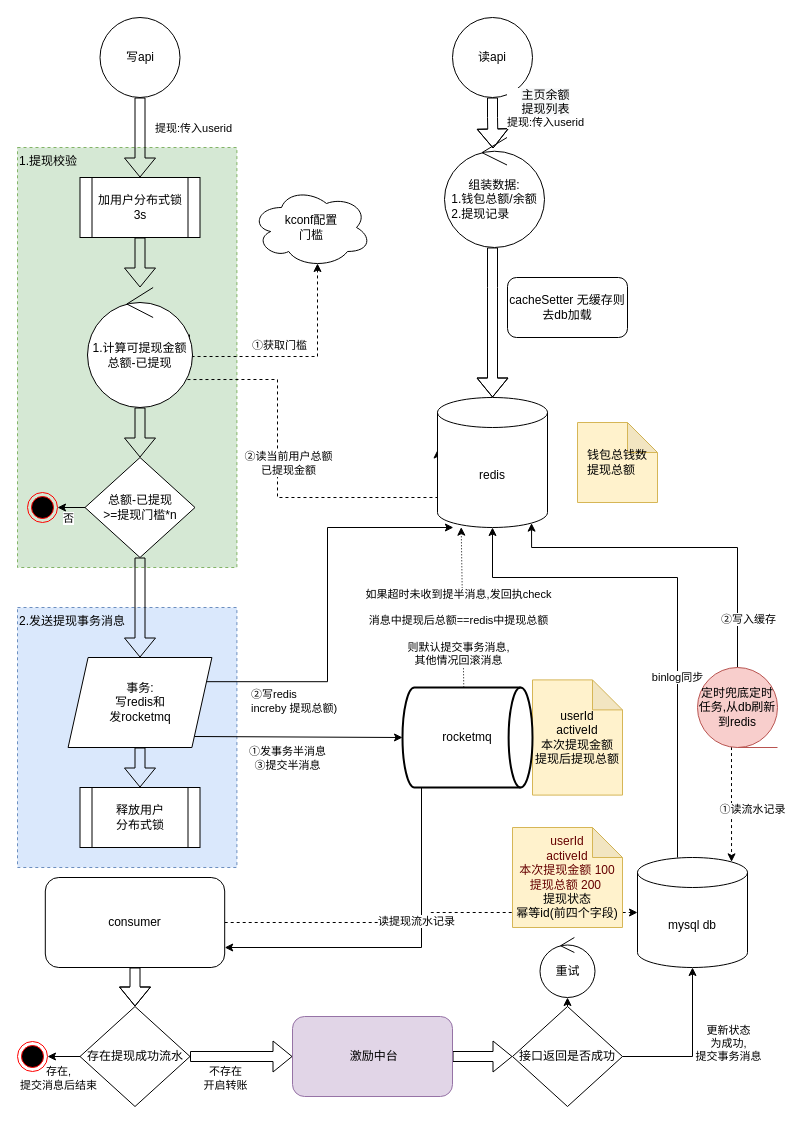
Above: 未命名绘图.drawio in jfeign/draw.io (draw.io), before the change. Source tidied: cells renumbered, new cells numbered last; positions are measured from the earlier drawing's top-left corner, leaving out a move shared by most shapes. Both pictures are drawn from the tidied source at 100%, with x=0, y=0 at pixel (17, 17).
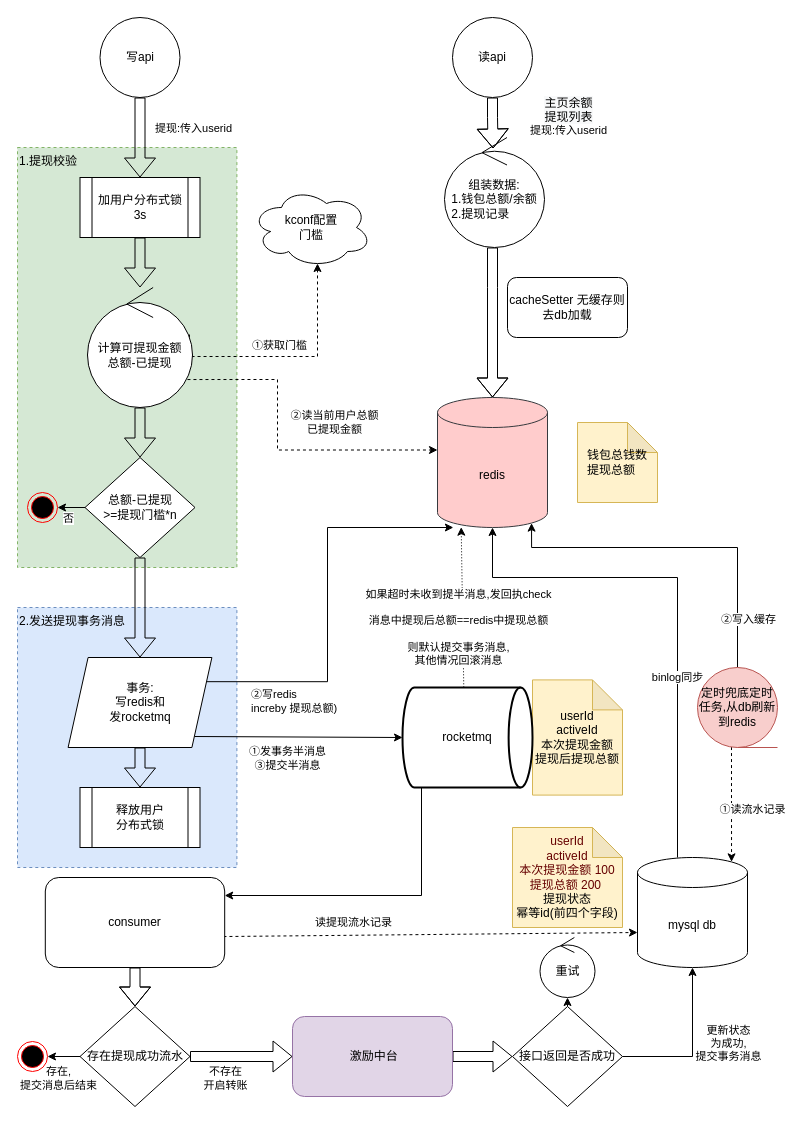
The same diagram, later.

Unchanged cells that the change refers to:
```xml
<mxCell id="33" value="rocketmq" style="strokeWidth=2;html=1;shape=mxgraph.flowchart.direct_data;whiteSpace=wrap;" parent="1" vertex="1">
  <mxGeometry x="385" y="670" width="130" height="100" as="geometry" />
</mxCell>
<mxCell id="39" value="mysql db" style="shape=cylinder3;whiteSpace=wrap;html=1;boundedLbl=1;backgroundOutline=1;size=15;" parent="1" vertex="1">
  <mxGeometry x="620" y="840" width="110" height="110" as="geometry" />
</mxCell>
<mxCell id="43" value="consumer" style="rounded=1;whiteSpace=wrap;html=1;align=center;verticalAlign=middle;" parent="1" vertex="1">
  <mxGeometry x="27.8" y="860" width="179.4" height="90" as="geometry" />
</mxCell>
```

The edit, as a diff of the source:
```diff
@@
     <mxCell id="7" style="edgeStyle=orthogonalEdgeStyle;rounded=0;jettySize=auto;html=1;exitX=0.952;exitY=0.767;exitDx=0;exitDy=0;exitPerimeter=0;dashed=1;entryX=0;entryY=0;entryDx=0;entryDy=52.5;entryPerimeter=0;" parent="1" edge="1" source="15" target="9">
       <mxGeometry relative="1" as="geometry">
         <Array as="points">
           <mxPoint x="260" y="362" />
-          <mxPoint x="260" y="480" />
+          <mxPoint x="260" y="433" />
         </Array>
       </mxGeometry>
     </mxCell>
     <mxCell id="8" value="②读当前用户总额&lt;br&gt;已提现金额" style="edgeLabel;html=1;align=center;verticalAlign=middle;" parent="7" vertex="1">
       <mxGeometry x="-0.3" y="1" relative="1" as="geometry">
-        <mxPoint x="9" y="29" as="offset" />
+        <mxPoint x="55" y="21" as="offset" />
       </mxGeometry>
     </mxCell>
-    <mxCell id="9" value="redis" style="shape=cylinder3;whiteSpace=wrap;html=1;boundedLbl=1;backgroundOutline=1;size=15;" parent="1" vertex="1">
+    <mxCell id="9" value="redis" style="shape=cylinder3;whiteSpace=wrap;html=1;boundedLbl=1;backgroundOutline=1;size=15;fillColor=#ffcccc;strokeColor=#36393d;" parent="1" vertex="1">
       <mxGeometry x="420" y="380" width="110" height="130" as="geometry" />
     </mxCell>
@@
-    <mxCell id="15" value="1.计算可提现金额&lt;br&gt;总额-已提现" style="ellipse;shape=umlControl;whiteSpace=wrap;html=1;" parent="1" vertex="1">
+    <mxCell id="15" value="计算可提现金额&lt;br&gt;总额-已提现" style="ellipse;shape=umlControl;whiteSpace=wrap;html=1;" parent="1" vertex="1">
       <mxGeometry x="70" y="270" width="105" height="120" as="geometry" />
     </mxCell>
@@
     <mxCell id="32" style="edgeStyle=orthogonalEdgeStyle;rounded=0;jettySize=auto;html=1;" parent="1" edge="1" source="33" target="43">
       <mxGeometry relative="1" as="geometry">
         <Array as="points">
-          <mxPoint x="404" y="930" />
-          <mxPoint x="120" y="930" />
+          <mxPoint x="404" y="878" />
         </Array>
       </mxGeometry>
     </mxCell>
@@
     <mxCell id="36" value="&lt;span style=&quot;font-size: 12px ; background-color: rgb(248 , 249 , 250)&quot;&gt;主页余额&lt;/span&gt;&lt;br style=&quot;font-size: 12px ; background-color: rgb(248 , 249 , 250)&quot;&gt;&lt;span style=&quot;font-size: 12px ; background-color: rgb(248 , 249 , 250)&quot;&gt;提现列表&lt;/span&gt;&lt;br&gt;提现:传入userid&lt;br&gt;" style="edgeLabel;html=1;align=center;verticalAlign=middle;" parent="1" vertex="1">
-      <mxGeometry x="527" y="90" as="geometry" />
+      <mxGeometry x="550" y="98" as="geometry" />
     </mxCell>
@@
-    <mxCell id="41" value="读提现流水记录" style="edgeStyle=orthogonalEdgeStyle;rounded=0;jettySize=auto;html=1;entryX=0;entryY=0.5;entryDx=0;entryDy=0;entryPerimeter=0;dashed=1;" parent="1" edge="1" source="43" target="39">
-      <mxGeometry x="-0.02" y="15" relative="1" as="geometry" />
+    <mxCell id="41" value="读提现流水记录" style="rounded=0;jettySize=auto;html=1;entryX=0;entryY=0;entryDx=0;entryDy=75;entryPerimeter=0;dashed=1;exitX=0.993;exitY=0.656;exitDx=0;exitDy=0;exitPerimeter=0;" parent="1" edge="1" source="43" target="39">
+      <mxGeometry x="-0.37" y="13" relative="1" as="geometry" />
     </mxCell>
```
